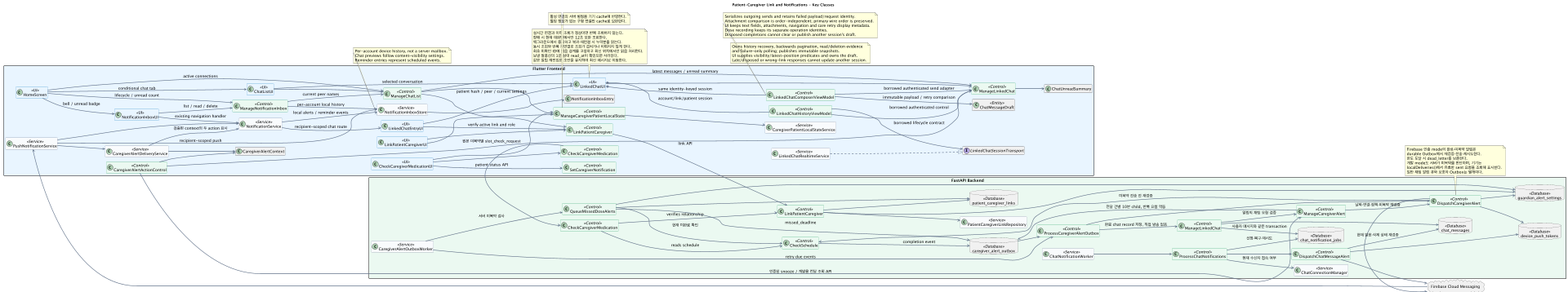
Before: docs/UML/class/04_CaregiverNotifications.png, a diagram exported from PlantUML (1window2/MedBuddy).
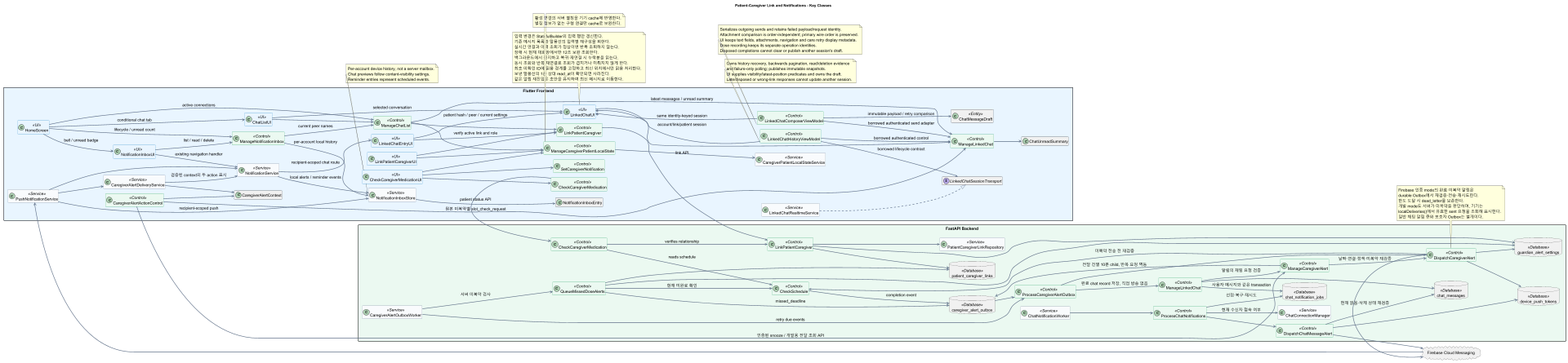
Above is the later version.

Diff of the diagram source:
```diff
@@ -127,6 +127,8 @@
   Disposed completions cannot clear or publish another session's draft.
 end note
 note top of LinkedChatUI
+  입력 변경은 StatefulBuilder의 입력 행만 갱신한다.
+  기존 메시지 목록과 말풍선의 입력별 재구성을 피한다.
   실시간 연결과 이력 조회가 정상이면 반복 조회하지 않는다.
   장애 시 현재 대화방에서만 12초 보완 조회한다.
   백그라운드에서 중지하고 복귀·재연결 시 누락분을 읽는다.
```
